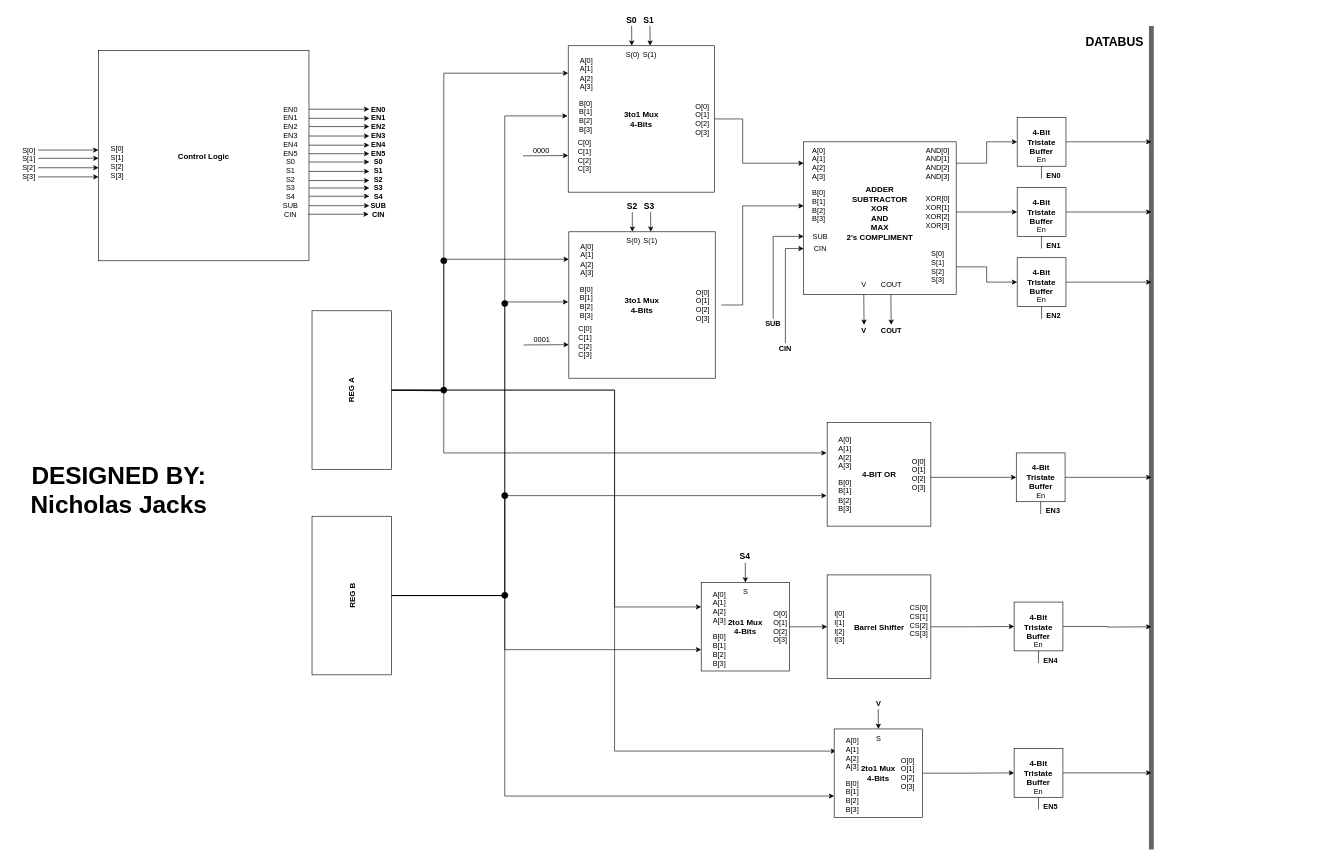
Earlier version of the draw.io diagram VLSI_ALU_Design_Current.drawio (njacks1/ALU_VLSI). Source tidied: cells renumbered, new cells numbered last; positions are measured from the earlier drawing's top-left corner, leaving out a move shared by most shapes. Both pictures are drawn from the tidied source at 61%, with x=0, y=0 at pixel (10, 10).
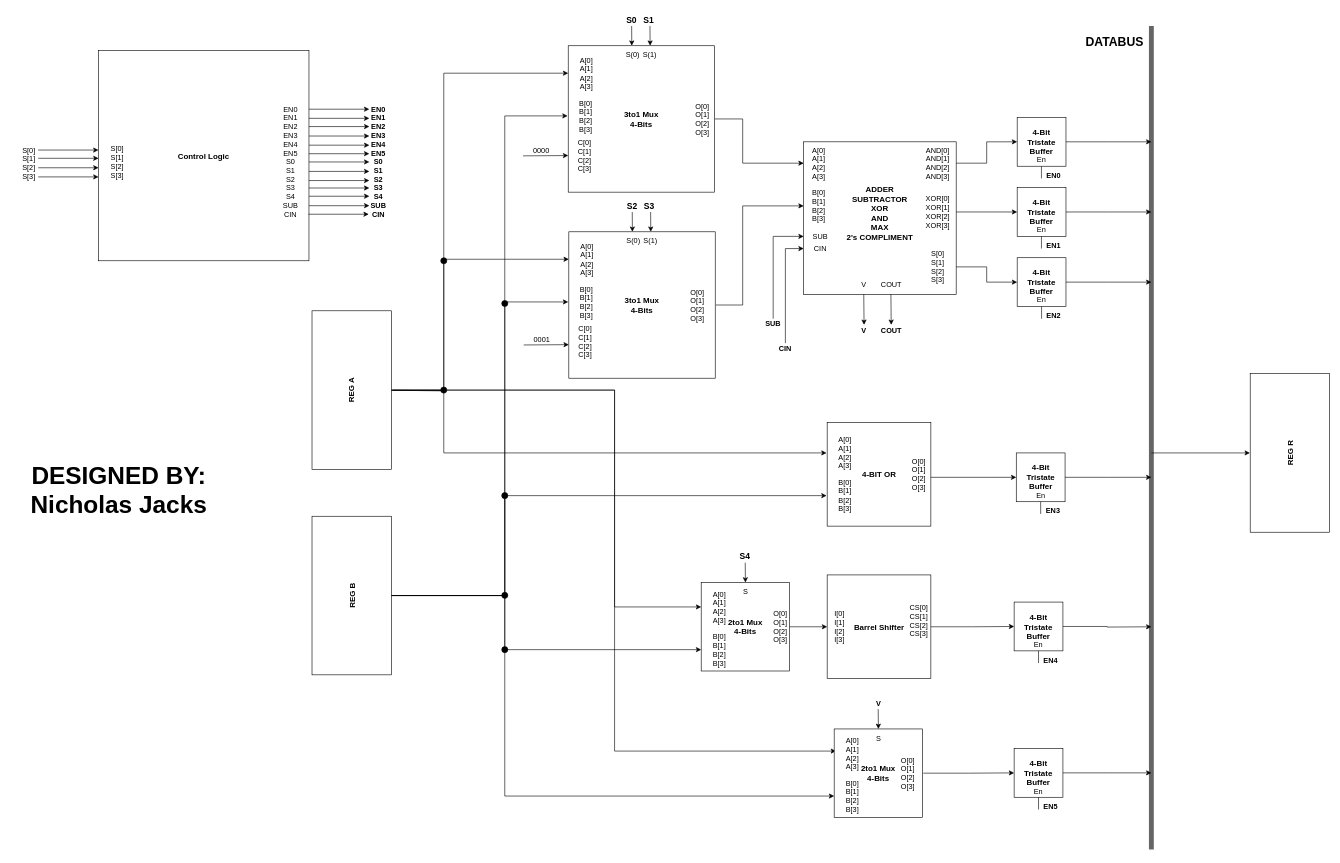
The same diagram, later.

The change refers to these unchanged cells:
```xml
<mxCell id="14" value="&lt;div&gt;B[0]&lt;/div&gt;&lt;div&gt;B[1]&lt;/div&gt;&lt;div&gt;B[2]&lt;/div&gt;&lt;div&gt;B[3]&lt;br&gt;&lt;/div&gt;" style="text;html=1;strokeColor=none;fillColor=none;align=center;verticalAlign=middle;whiteSpace=wrap;rounded=0;" parent="1" vertex="1">
  <mxGeometry x="1300" y="305" width="50" height="30" as="geometry" />
</mxCell>
```

Change to the diagram source:
```diff
@@
-    <mxCell id="138" style="edgeStyle=orthogonalEdgeStyle;rounded=0;jettySize=auto;html=1;entryX=0;entryY=0.5;entryDx=0;entryDy=0;fontSize=14;" parent="1" edge="1" source="139" target="14">
+    <mxCell id="138" style="edgeStyle=orthogonalEdgeStyle;rounded=0;jettySize=auto;html=1;entryX=0;entryY=0.5;entryDx=0;entryDy=0;fontSize=14;exitX=1;exitY=0.5;exitDx=0;exitDy=0;" parent="1" edge="1" source="139" target="14">
       <mxGeometry relative="1" as="geometry">
         <Array as="points">
           <mxPoint x="1200" y="483" />
           <mxPoint x="1200" y="320" />
         </Array>
       </mxGeometry>
     </mxCell>
     <mxCell id="139" value="&lt;div&gt;O[0]&lt;/div&gt;&lt;div&gt;O[1]&lt;/div&gt;&lt;div&gt;O[2]&lt;/div&gt;&lt;div&gt;O[3]&lt;br&gt;&lt;/div&gt;" style="text;html=1;strokeColor=none;fillColor=none;align=center;verticalAlign=middle;whiteSpace=wrap;rounded=0;" parent="1" vertex="1">
-      <mxGeometry x="1105" y="467.5" width="60" height="30" as="geometry" />
+      <mxGeometry x="1096" y="467.5" width="60" height="30" as="geometry" />
     </mxCell>
@@
+    <mxCell id="149" style="ellipse;whiteSpace=wrap;html=1;fontSize=12;fillColor=#000000;" parent="1" vertex="1">
+      <mxGeometry x="805" y="1042.5" width="10" height="10" as="geometry" />
+    </mxCell>
+    <mxCell id="150" value="REG R" style="rounded=0;whiteSpace=wrap;html=1;rotation=-90;fontSize=13;fontStyle=1;" parent="1" vertex="1">
+      <mxGeometry x="1967" y="660" width="260" height="130" as="geometry" />
+    </mxCell>
+    <mxCell id="151" style="edgeStyle=orthogonalEdgeStyle;rounded=0;orthogonalLoop=1;jettySize=auto;html=1;fontSize=20;" parent="1" edge="1">
+      <mxGeometry relative="1" as="geometry">
+        <mxPoint x="1870" y="725" as="sourcePoint" />
+        <mxPoint x="2031.5" y="725" as="targetPoint" />
+      </mxGeometry>
+    </mxCell>
```
